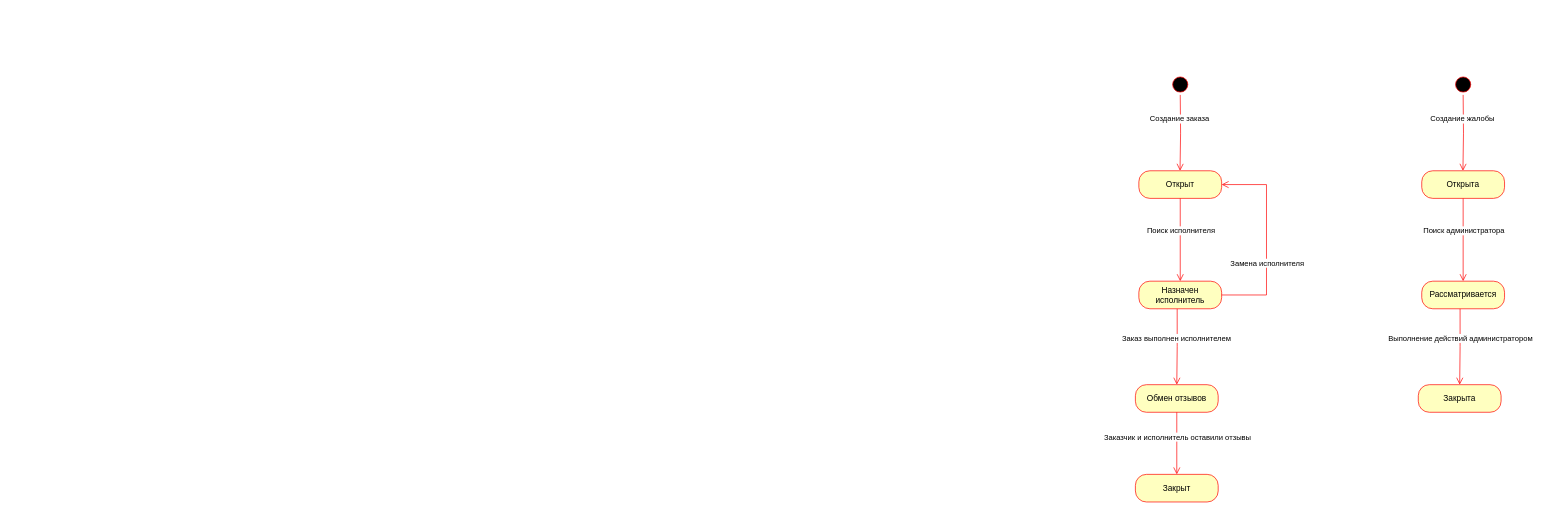
This is Документация/Диаграммы/Statechart/statechart.drawio from KorotaevT/FreelanceFinder, a draw.io file, before an edit. Source tidied: cells renumbered, new cells numbered last; positions are measured from the earlier drawing's top-left corner, leaving out a move shared by most shapes. Both pictures are drawn from the tidied source at 69%, with x=0, y=0 at pixel (1135, 74).
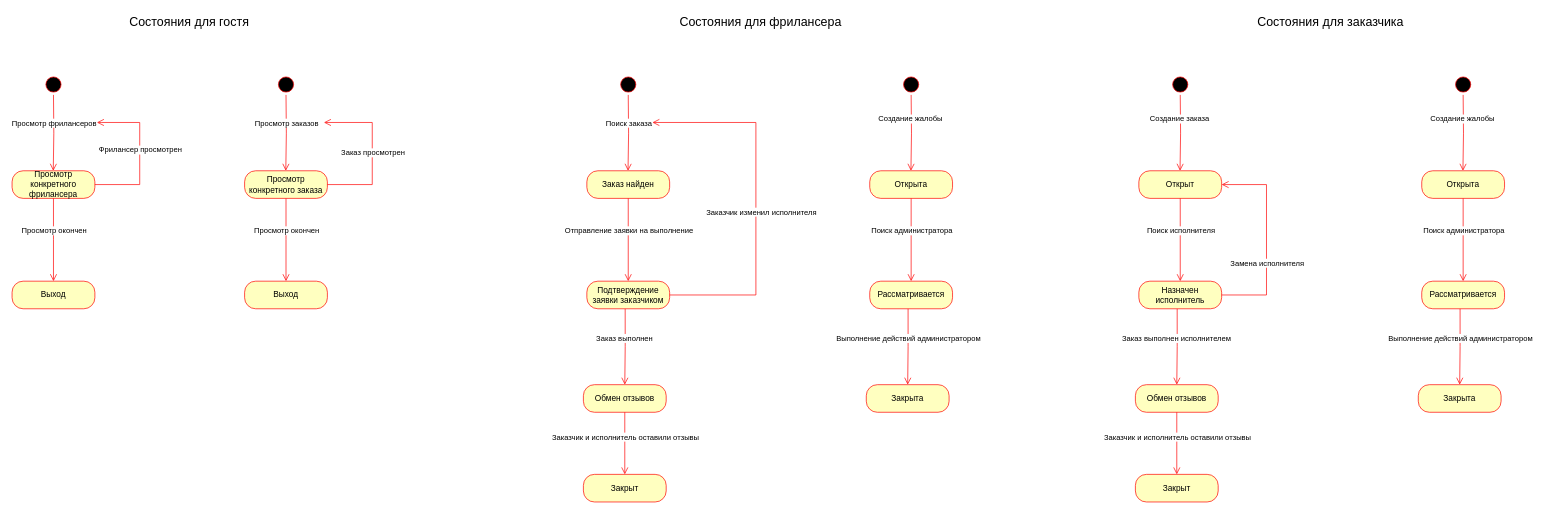
The same page after the edit.

Change to the diagram source:
```diff
@@
+    <mxCell id="27" style="ellipse;html=1;shape=startState;fillColor=#000000;strokeColor=#ff0000;" parent="1" vertex="1">
+      <mxGeometry x="-750" width="30" height="30" as="geometry" />
+    </mxCell>
+    <mxCell id="28" style="edgeStyle=orthogonalEdgeStyle;html=1;verticalAlign=bottom;endArrow=open;endSize=8;strokeColor=#ff0000;rounded=0;" parent="1" edge="1">
+      <mxGeometry relative="1" as="geometry">
+        <mxPoint x="-735" y="30" as="sourcePoint" />
+        <mxPoint x="-735.3" y="140" as="targetPoint" />
+      </mxGeometry>
+    </mxCell>
+    <mxCell id="29" value="Поиск заказа" style="edgeLabel;html=1;align=center;verticalAlign=middle;" parent="28" vertex="1">
+      <mxGeometry x="-0.38" y="-2" relative="1" as="geometry">
+        <mxPoint x="2" y="6" as="offset" />
+      </mxGeometry>
+    </mxCell>
+    <mxCell id="30" value="Заказ найден" style="rounded=1;whiteSpace=wrap;html=1;arcSize=40;fontColor=#000000;fillColor=#ffffc0;strokeColor=#ff0000;" parent="1" vertex="1">
+      <mxGeometry x="-795" y="140" width="120" height="40" as="geometry" />
+    </mxCell>
+    <mxCell id="31" style="edgeStyle=orthogonalEdgeStyle;html=1;verticalAlign=bottom;endArrow=open;endSize=8;strokeColor=#ff0000;rounded=0;exitX=0.5;exitY=1;exitDx=0;exitDy=0;entryX=0.5;entryY=0;entryDx=0;entryDy=0;" parent="1" edge="1" source="30" target="33">
+      <mxGeometry relative="1" as="geometry" />
+    </mxCell>
+    <mxCell id="32" value="Отправление заявки на выполнение" style="edgeLabel;html=1;align=center;verticalAlign=middle;" parent="31" vertex="1">
+      <mxGeometry x="-0.23" relative="1" as="geometry" />
+    </mxCell>
+    <mxCell id="33" value="Подтверждение заявки заказчиком" style="rounded=1;whiteSpace=wrap;html=1;arcSize=40;fontColor=#000000;fillColor=#ffffc0;strokeColor=#ff0000;" parent="1" vertex="1">
+      <mxGeometry x="-795" y="300" width="120" height="40" as="geometry" />
+    </mxCell>
+    <mxCell id="34" style="edgeStyle=orthogonalEdgeStyle;html=1;verticalAlign=bottom;endArrow=open;endSize=8;strokeColor=#ff0000;rounded=0;exitX=1;exitY=0.5;exitDx=0;exitDy=0;" parent="1" edge="1" source="33">
+      <mxGeometry relative="1" as="geometry">
+        <mxPoint x="-700" y="70" as="targetPoint" />
+        <Array as="points">
+          <mxPoint x="-550" y="320" />
+          <mxPoint x="-550" y="70" />
+        </Array>
+      </mxGeometry>
+    </mxCell>
+    <mxCell id="35" value="Заказчик изменил исполнителя" style="edgeLabel;html=1;align=center;verticalAlign=middle;" parent="34" vertex="1">
+      <mxGeometry x="-0.23" relative="1" as="geometry">
+        <mxPoint x="7" y="-44" as="offset" />
+      </mxGeometry>
+    </mxCell>
+    <mxCell id="36" style="edgeStyle=orthogonalEdgeStyle;html=1;verticalAlign=bottom;endArrow=open;endSize=8;strokeColor=#ff0000;rounded=0;exitX=0.463;exitY=1.004;exitDx=0;exitDy=0;exitPerimeter=0;" parent="1" edge="1" source="33">
+      <mxGeometry relative="1" as="geometry">
+        <mxPoint x="-740" y="450" as="targetPoint" />
+      </mxGeometry>
+    </mxCell>
+    <mxCell id="37" value="Заказ выполнен&amp;nbsp;" style="edgeLabel;html=1;align=center;verticalAlign=middle;" parent="36" vertex="1">
+      <mxGeometry x="-0.23" relative="1" as="geometry" />
+    </mxCell>
+    <mxCell id="38" value="Обмен отзывов" style="rounded=1;whiteSpace=wrap;html=1;arcSize=40;fontColor=#000000;fillColor=#ffffc0;strokeColor=#ff0000;" parent="1" vertex="1">
+      <mxGeometry x="-800" y="450" width="120" height="40" as="geometry" />
+    </mxCell>
+    <mxCell id="39" style="edgeStyle=orthogonalEdgeStyle;html=1;verticalAlign=bottom;endArrow=open;endSize=8;strokeColor=#ff0000;rounded=0;exitX=0.5;exitY=1;exitDx=0;exitDy=0;entryX=0.5;entryY=0;entryDx=0;entryDy=0;" parent="1" edge="1" source="38" target="41">
+      <mxGeometry relative="1" as="geometry" />
+    </mxCell>
+    <mxCell id="40" value="Заказчик и исполнитель оставили отзывы" style="edgeLabel;html=1;align=center;verticalAlign=middle;" parent="39" vertex="1">
+      <mxGeometry x="-0.23" relative="1" as="geometry" />
+    </mxCell>
+    <mxCell id="41" value="Закрыт" style="rounded=1;whiteSpace=wrap;html=1;arcSize=40;fontColor=#000000;fillColor=#ffffc0;strokeColor=#ff0000;" parent="1" vertex="1">
+      <mxGeometry x="-800" y="580" width="120" height="40" as="geometry" />
+    </mxCell>
+    <mxCell id="42" style="ellipse;html=1;shape=startState;fillColor=#000000;strokeColor=#ff0000;" parent="1" vertex="1">
+      <mxGeometry x="-340" width="30" height="30" as="geometry" />
+    </mxCell>
+    <mxCell id="43" style="edgeStyle=orthogonalEdgeStyle;html=1;verticalAlign=bottom;endArrow=open;endSize=8;strokeColor=#ff0000;rounded=0;" parent="1" edge="1">
+      <mxGeometry relative="1" as="geometry">
+        <mxPoint x="-325" y="30" as="sourcePoint" />
+        <mxPoint x="-325.3" y="140" as="targetPoint" />
+      </mxGeometry>
+    </mxCell>
+    <mxCell id="44" value="Создание жалобы" style="edgeLabel;html=1;align=center;verticalAlign=middle;" parent="43" vertex="1">
+      <mxGeometry x="-0.38" y="-2" relative="1" as="geometry" />
+    </mxCell>
+    <mxCell id="45" value="Открыта" style="rounded=1;whiteSpace=wrap;html=1;arcSize=40;fontColor=#000000;fillColor=#ffffc0;strokeColor=#ff0000;" parent="1" vertex="1">
+      <mxGeometry x="-385" y="140" width="120" height="40" as="geometry" />
+    </mxCell>
+    <mxCell id="46" style="edgeStyle=orthogonalEdgeStyle;html=1;verticalAlign=bottom;endArrow=open;endSize=8;strokeColor=#ff0000;rounded=0;exitX=0.5;exitY=1;exitDx=0;exitDy=0;entryX=0.5;entryY=0;entryDx=0;entryDy=0;" parent="1" edge="1" source="45" target="48">
+      <mxGeometry relative="1" as="geometry" />
+    </mxCell>
+    <mxCell id="47" value="Поиск администратора" style="edgeLabel;html=1;align=center;verticalAlign=middle;" parent="46" vertex="1">
+      <mxGeometry x="-0.23" relative="1" as="geometry" />
+    </mxCell>
+    <mxCell id="48" value="Рассматривается" style="rounded=1;whiteSpace=wrap;html=1;arcSize=40;fontColor=#000000;fillColor=#ffffc0;strokeColor=#ff0000;" parent="1" vertex="1">
+      <mxGeometry x="-385" y="300" width="120" height="40" as="geometry" />
+    </mxCell>
+    <mxCell id="49" style="edgeStyle=orthogonalEdgeStyle;html=1;verticalAlign=bottom;endArrow=open;endSize=8;strokeColor=#ff0000;rounded=0;exitX=0.463;exitY=1.004;exitDx=0;exitDy=0;exitPerimeter=0;" parent="1" edge="1" source="48">
+      <mxGeometry relative="1" as="geometry">
+        <mxPoint x="-330" y="450" as="targetPoint" />
+      </mxGeometry>
+    </mxCell>
+    <mxCell id="50" value="Выполнение действий администратором" style="edgeLabel;html=1;align=center;verticalAlign=middle;" parent="49" vertex="1">
+      <mxGeometry x="-0.23" relative="1" as="geometry" />
+    </mxCell>
+    <mxCell id="51" value="Закрыта" style="rounded=1;whiteSpace=wrap;html=1;arcSize=40;fontColor=#000000;fillColor=#ffffc0;strokeColor=#ff0000;" parent="1" vertex="1">
+      <mxGeometry x="-390" y="450" width="120" height="40" as="geometry" />
+    </mxCell>
+    <mxCell id="52" style="ellipse;html=1;shape=startState;fillColor=#000000;strokeColor=#ff0000;" parent="1" vertex="1">
+      <mxGeometry x="-1246" width="30" height="30" as="geometry" />
+    </mxCell>
+    <mxCell id="53" style="edgeStyle=orthogonalEdgeStyle;html=1;verticalAlign=bottom;endArrow=open;endSize=8;strokeColor=#ff0000;rounded=0;" parent="1" edge="1">
+      <mxGeometry relative="1" as="geometry">
+        <mxPoint x="-1231" y="30" as="sourcePoint" />
+        <mxPoint x="-1231.3" y="140" as="targetPoint" />
+      </mxGeometry>
+    </mxCell>
+    <mxCell id="54" value="Просмотр заказов" style="edgeLabel;html=1;align=center;verticalAlign=middle;" parent="53" vertex="1">
+      <mxGeometry x="-0.38" y="-2" relative="1" as="geometry">
+        <mxPoint x="2" y="6" as="offset" />
+      </mxGeometry>
+    </mxCell>
+    <mxCell id="55" value="Просмотр конкретного заказа" style="rounded=1;whiteSpace=wrap;html=1;arcSize=40;fontColor=#000000;fillColor=#ffffc0;strokeColor=#ff0000;" parent="1" vertex="1">
+      <mxGeometry x="-1291" y="140" width="120" height="40" as="geometry" />
+    </mxCell>
+    <mxCell id="56" style="edgeStyle=orthogonalEdgeStyle;html=1;verticalAlign=bottom;endArrow=open;endSize=8;strokeColor=#ff0000;rounded=0;exitX=0.5;exitY=1;exitDx=0;exitDy=0;entryX=0.5;entryY=0;entryDx=0;entryDy=0;" parent="1" edge="1" source="55">
+      <mxGeometry relative="1" as="geometry">
+        <mxPoint x="-1231" y="300" as="targetPoint" />
+      </mxGeometry>
+    </mxCell>
+    <mxCell id="57" value="Просмотр окончен" style="edgeLabel;html=1;align=center;verticalAlign=middle;" parent="56" vertex="1">
+      <mxGeometry x="-0.23" relative="1" as="geometry" />
+    </mxCell>
+    <mxCell id="58" style="edgeStyle=orthogonalEdgeStyle;html=1;verticalAlign=bottom;endArrow=open;endSize=8;strokeColor=#ff0000;rounded=0;exitX=1;exitY=0.5;exitDx=0;exitDy=0;" parent="1" edge="1" source="55">
+      <mxGeometry relative="1" as="geometry">
+        <mxPoint x="-1176" y="70" as="targetPoint" />
+        <Array as="points">
+          <mxPoint x="-1106" y="160" />
+          <mxPoint x="-1106" y="70" />
+        </Array>
+      </mxGeometry>
+    </mxCell>
+    <mxCell id="59" value="Заказ просмотрен" style="edgeLabel;html=1;align=center;verticalAlign=middle;" parent="58" vertex="1">
+      <mxGeometry x="-0.23" relative="1" as="geometry">
+        <mxPoint y="-25" as="offset" />
+      </mxGeometry>
+    </mxCell>
+    <mxCell id="60" value="Выход" style="rounded=1;whiteSpace=wrap;html=1;arcSize=40;fontColor=#000000;fillColor=#ffffc0;strokeColor=#ff0000;" parent="1" vertex="1">
+      <mxGeometry x="-1291" y="300" width="120" height="40" as="geometry" />
+    </mxCell>
+    <mxCell id="61" value="Состояния для заказчика" style="text;html=1;align=center;verticalAlign=middle;whiteSpace=wrap;rounded=0;fontSize=18;" parent="1" vertex="1">
+      <mxGeometry x="168" y="-90" width="230" height="30" as="geometry" />
+    </mxCell>
+    <mxCell id="62" value="Состояния для фрилансера" style="text;html=1;align=center;verticalAlign=middle;whiteSpace=wrap;rounded=0;fontSize=18;" parent="1" vertex="1">
+      <mxGeometry x="-667" y="-90" width="248" height="30" as="geometry" />
+    </mxCell>
+    <mxCell id="63" value="Состояния для гостя" style="text;html=1;align=center;verticalAlign=middle;whiteSpace=wrap;rounded=0;fontSize=18;" parent="1" vertex="1">
+      <mxGeometry x="-1495" y="-90" width="248" height="30" as="geometry" />
+    </mxCell>
+    <mxCell id="64" style="ellipse;html=1;shape=startState;fillColor=#000000;strokeColor=#ff0000;" parent="1" vertex="1">
+      <mxGeometry x="-1583" width="30" height="30" as="geometry" />
+    </mxCell>
+    <mxCell id="65" style="edgeStyle=orthogonalEdgeStyle;html=1;verticalAlign=bottom;endArrow=open;endSize=8;strokeColor=#ff0000;rounded=0;" parent="1" edge="1">
+      <mxGeometry relative="1" as="geometry">
+        <mxPoint x="-1568" y="30" as="sourcePoint" />
+        <mxPoint x="-1568.3" y="140" as="targetPoint" />
+      </mxGeometry>
+    </mxCell>
+    <mxCell id="66" value="Просмотр фрилансеров" style="edgeLabel;html=1;align=center;verticalAlign=middle;" parent="65" vertex="1">
+      <mxGeometry x="-0.38" y="-2" relative="1" as="geometry">
+        <mxPoint x="2" y="6" as="offset" />
+      </mxGeometry>
+    </mxCell>
+    <mxCell id="67" value="Просмотр конкретного фрилансера" style="rounded=1;whiteSpace=wrap;html=1;arcSize=40;fontColor=#000000;fillColor=#ffffc0;strokeColor=#ff0000;" parent="1" vertex="1">
+      <mxGeometry x="-1628" y="140" width="120" height="40" as="geometry" />
+    </mxCell>
+    <mxCell id="68" style="edgeStyle=orthogonalEdgeStyle;html=1;verticalAlign=bottom;endArrow=open;endSize=8;strokeColor=#ff0000;rounded=0;exitX=0.5;exitY=1;exitDx=0;exitDy=0;entryX=0.5;entryY=0;entryDx=0;entryDy=0;" parent="1" edge="1" source="67">
+      <mxGeometry relative="1" as="geometry">
+        <mxPoint x="-1568" y="300" as="targetPoint" />
+      </mxGeometry>
+    </mxCell>
+    <mxCell id="69" value="Просмотр окончен" style="edgeLabel;html=1;align=center;verticalAlign=middle;" parent="68" vertex="1">
+      <mxGeometry x="-0.23" relative="1" as="geometry" />
+    </mxCell>
+    <mxCell id="70" style="edgeStyle=orthogonalEdgeStyle;html=1;verticalAlign=bottom;endArrow=open;endSize=8;strokeColor=#ff0000;rounded=0;exitX=1;exitY=0.5;exitDx=0;exitDy=0;" parent="1" edge="1" source="67">
+      <mxGeometry relative="1" as="geometry">
+        <mxPoint x="-1505" y="70" as="targetPoint" />
+        <Array as="points">
+          <mxPoint x="-1443" y="160" />
+          <mxPoint x="-1443" y="70" />
+          <mxPoint x="-1498" y="70" />
+        </Array>
+      </mxGeometry>
+    </mxCell>
+    <mxCell id="71" value="Фрилансер просмотрен" style="edgeLabel;html=1;align=center;verticalAlign=middle;" parent="70" vertex="1">
+      <mxGeometry x="-0.23" relative="1" as="geometry">
+        <mxPoint y="-32" as="offset" />
+      </mxGeometry>
+    </mxCell>
+    <mxCell id="72" value="Выход" style="rounded=1;whiteSpace=wrap;html=1;arcSize=40;fontColor=#000000;fillColor=#ffffc0;strokeColor=#ff0000;" parent="1" vertex="1">
+      <mxGeometry x="-1628" y="300" width="120" height="40" as="geometry" />
+    </mxCell>
```
